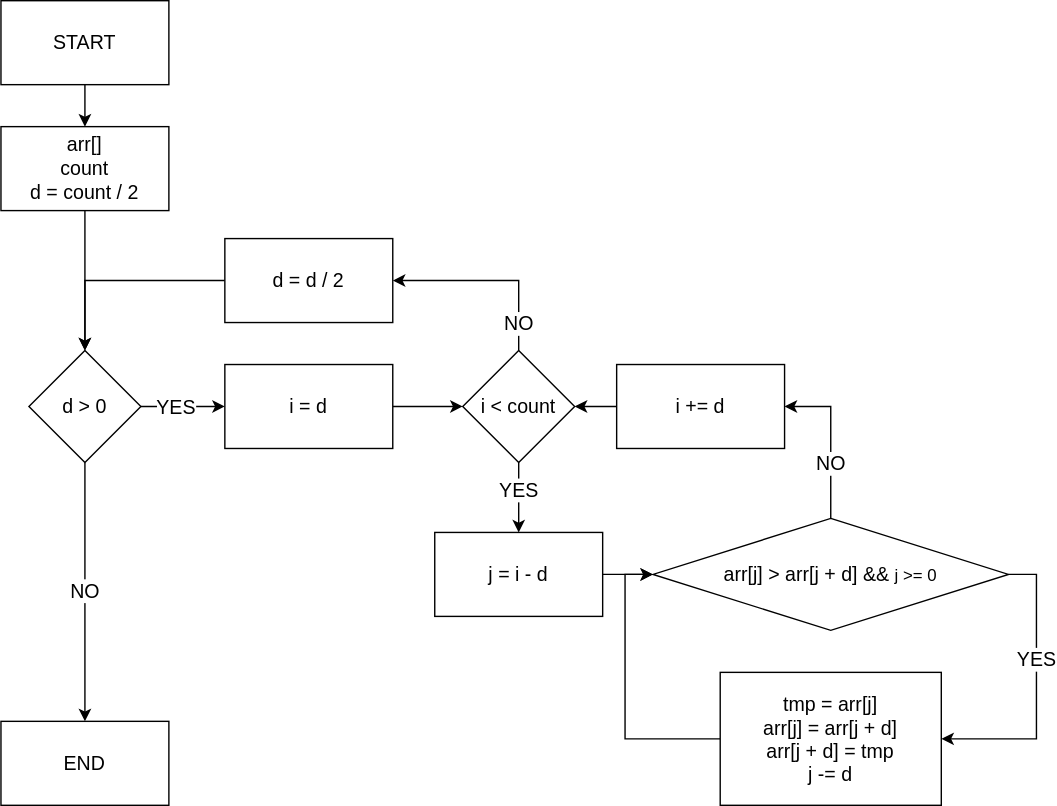
Above: diagram/algorithm.svg in KATEHOK/par_prog-3 (draw.io), before the change. Source tidied: cells renumbered, new cells last; positions are measured from the earlier drawing's top-left corner, leaving out a move shared by most shapes.
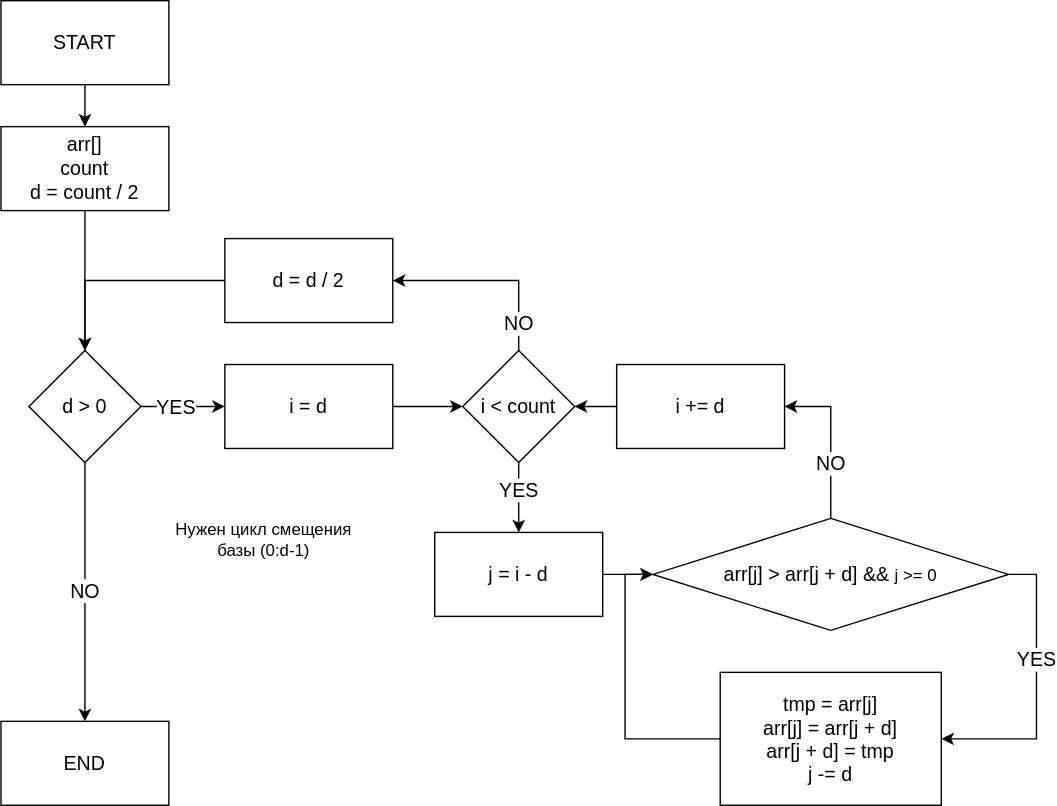
After the commit.

The edit, as a diff of the source:
```diff
@@ -111,5 +111,8 @@
     <mxCell id="31" value="&lt;font style=&quot;font-size: 14px;&quot;&gt;i += d&lt;/font&gt;" style="rounded=0;whiteSpace=wrap;html=1;" parent="1" vertex="1">
       <mxGeometry x="440" y="260" width="120" height="60" as="geometry" />
     </mxCell>
+    <mxCell id="32" value="Нужен цикл смещения базы (0:d-1)" style="text;html=1;strokeColor=none;fillColor=none;align=center;verticalAlign=middle;whiteSpace=wrap;rounded=0;" parent="1" vertex="1">
+      <mxGeometry x="120" y="340" width="136" height="90" as="geometry" />
+    </mxCell>
   </root>
 </mxGraphModel>
```
